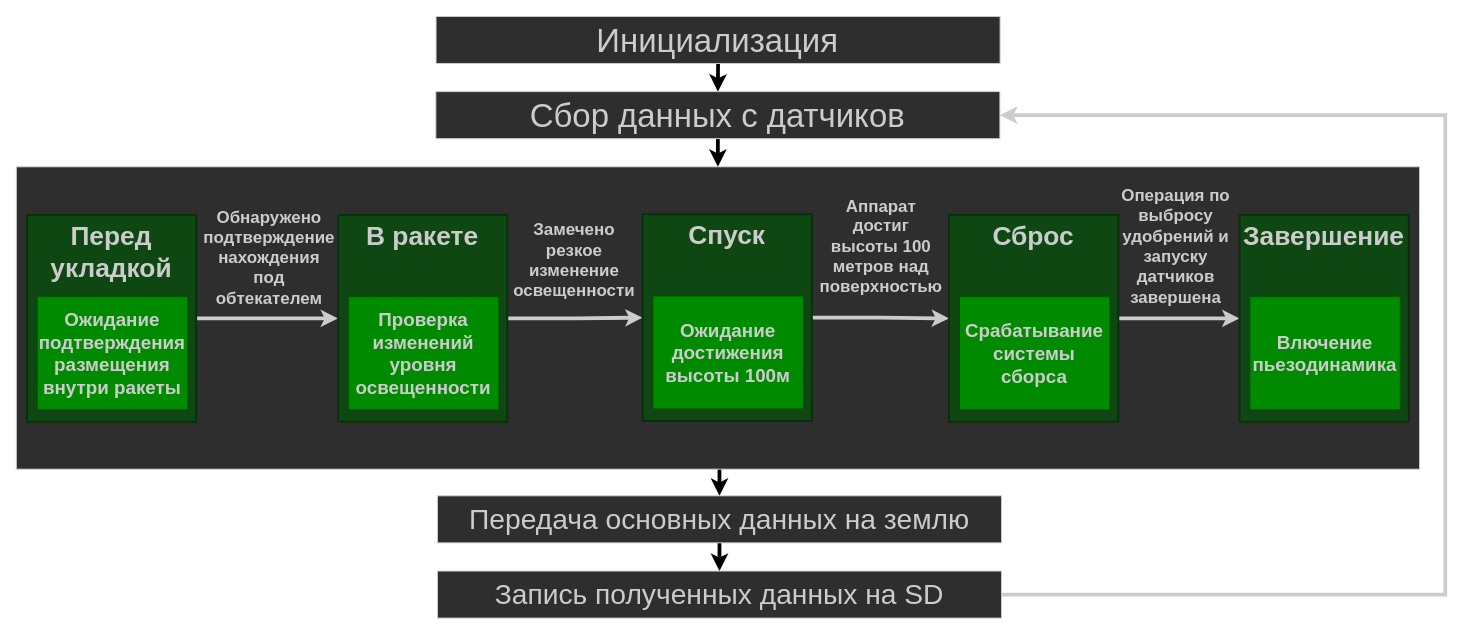
cansat-tsniimash/cansat-G_R_I_B-2024-2025 keeps this draw.io diagram as doc/Алгоритм.drawio. Above is the earlier version. Source tidied: cells renumbered, new cells numbered last; positions are measured from the earlier drawing's top-left corner, leaving out a move shared by most shapes. Both pictures are drawn from the tidied source at 94%, with x=0, y=0 at pixel (16, 16).
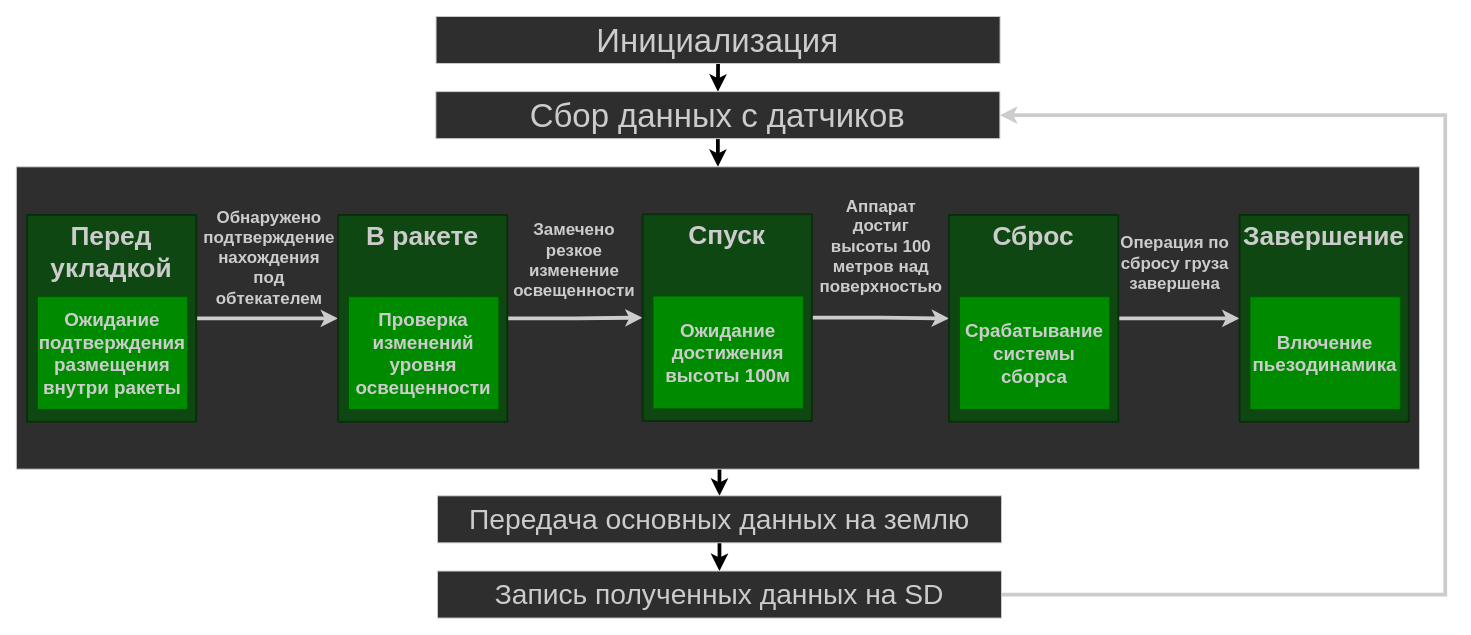
After the change.

Diff of the diagram source:
```diff
@@
-    <mxCell id="29" value="Операция по выбросу удобрений и запуску датчиков завершена" style="text;align=center;verticalAlign=middle;rounded=0;strokeWidth=0;perimeterSpacing=3;fontStyle=1;whiteSpace=wrap;fontSize=18;fontColor=#CCCCCC;" parent="1" vertex="1">
-      <mxGeometry x="1172.2" y="200" width="122.6" height="90.6" as="geometry" />
+    <mxCell id="29" value="Операция по сбросу груза завершена" style="text;align=center;verticalAlign=middle;rounded=0;strokeWidth=0;perimeterSpacing=3;fontStyle=1;whiteSpace=wrap;fontSize=18;fontColor=#CCCCCC;" parent="1" vertex="1">
+      <mxGeometry x="1170.5" y="217.9" width="122.6" height="90.6" as="geometry" />
     </mxCell>
```
